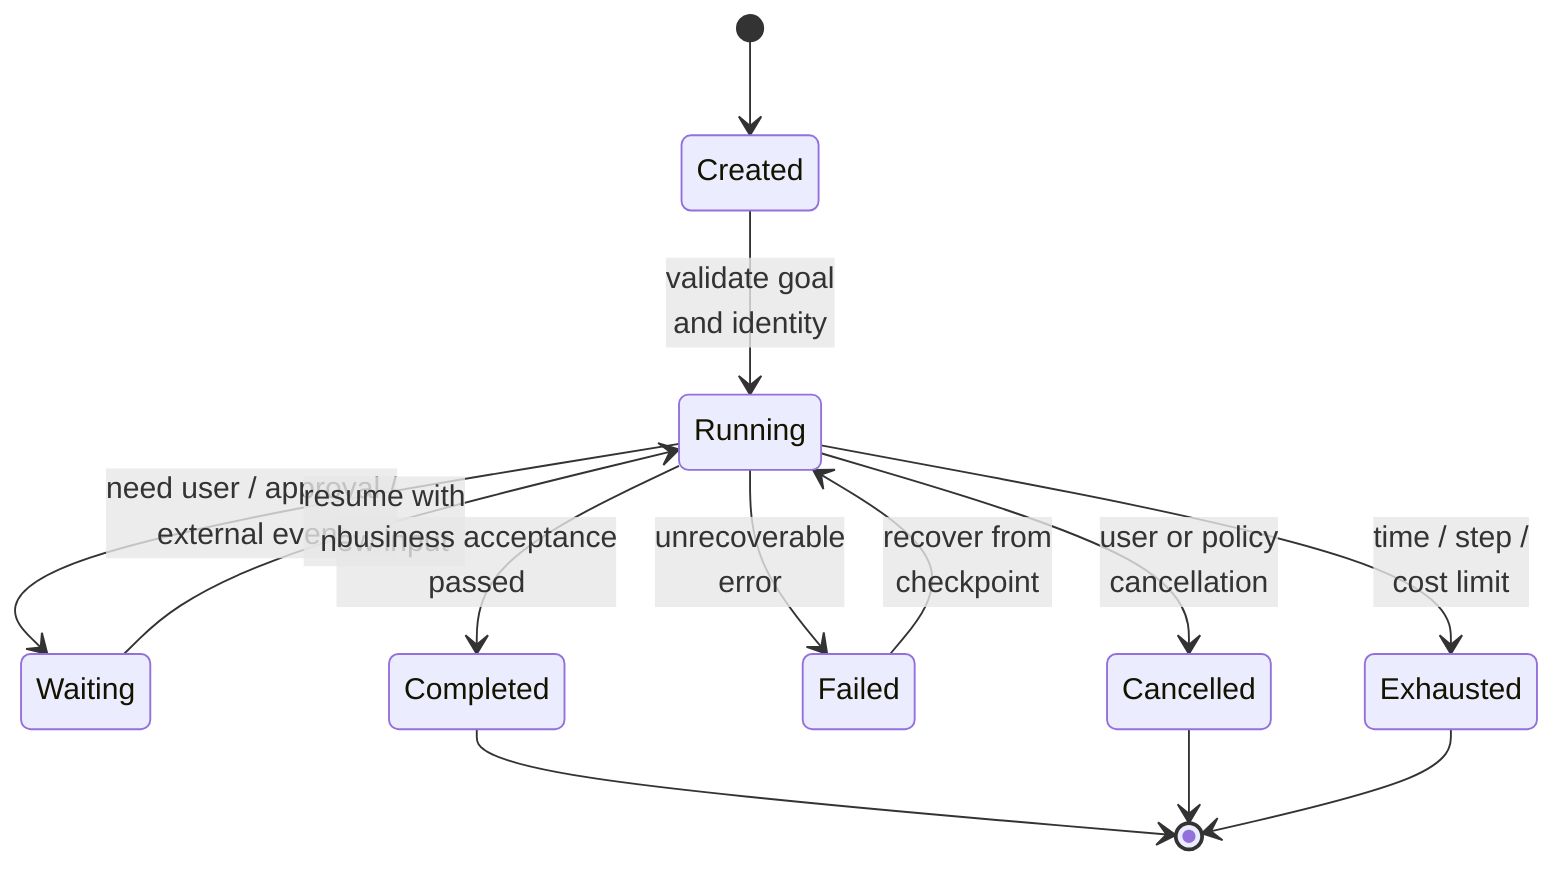
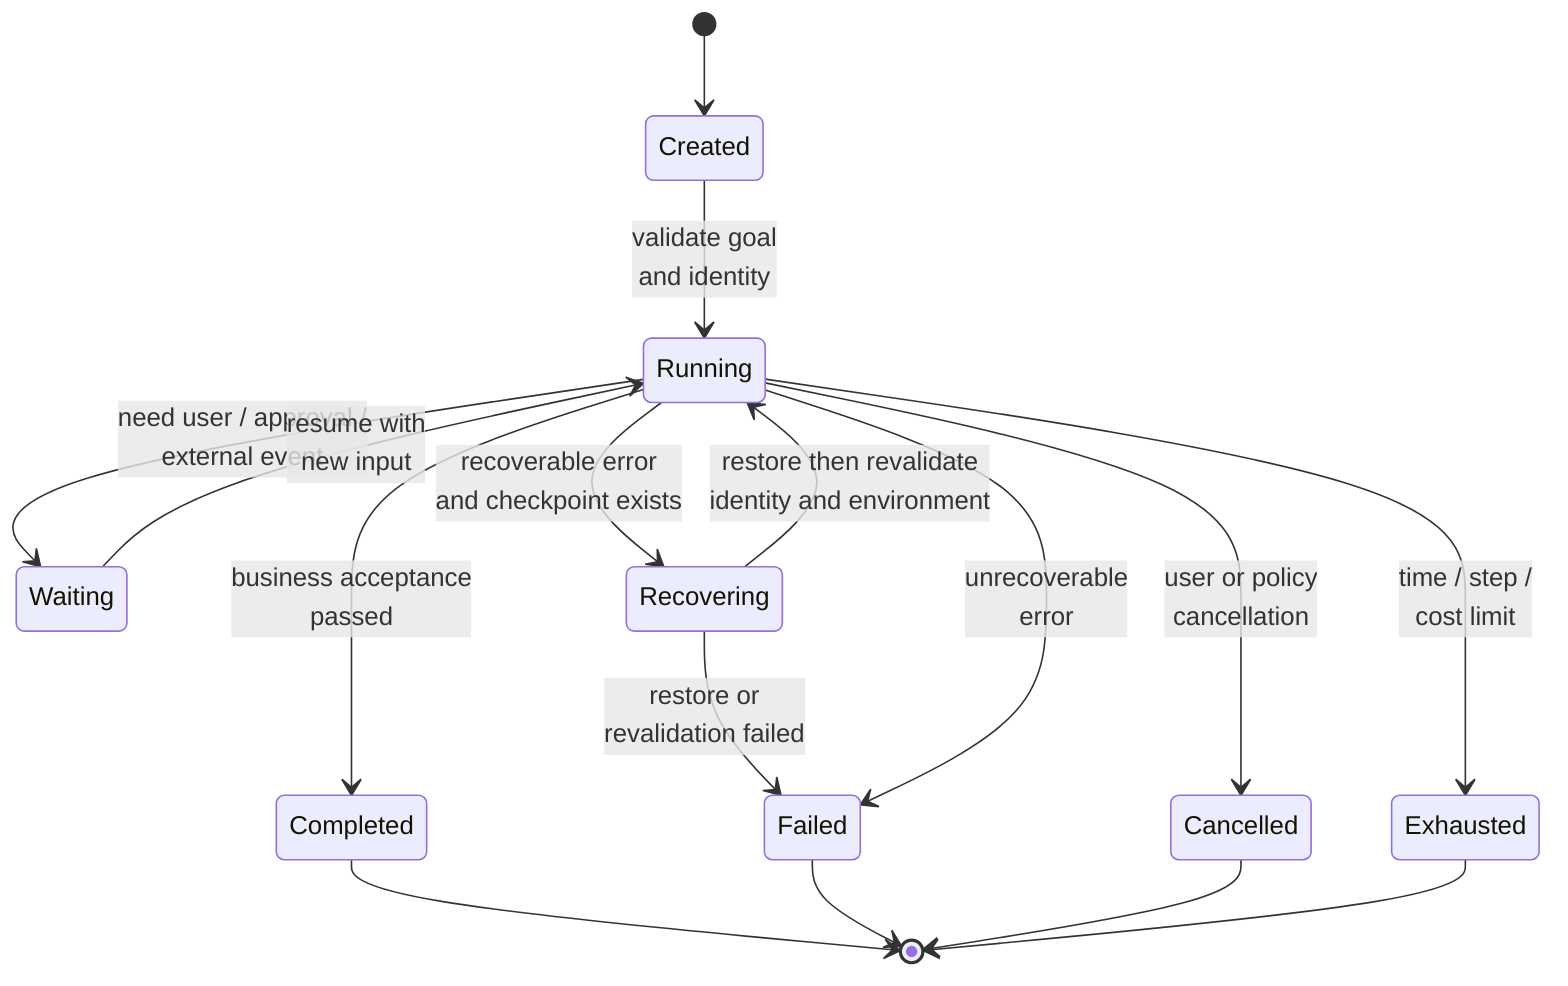
stateDiagram-v2
    [*] --> Created
    Created --> Running: validate goal<br/>and identity
    Running --> Waiting: need user / approval /<br/>external event
    Waiting --> Running: resume with<br/>new input
    Running --> Completed: business acceptance<br/>passed
+     Running --> Recovering: recoverable error<br/>and checkpoint exists
+     Recovering --> Running: restore then revalidate<br/>identity and environment
+     Recovering --> Failed: restore or<br/>revalidation failed
    Running --> Failed: unrecoverable<br/>error
    Running --> Cancelled: user or policy<br/>cancellation
    Running --> Exhausted: time / step /<br/>cost limit
-     Failed --> Running: recover from<br/>checkpoint
    Completed --> [*]
+     Failed --> [*]
    Cancelled --> [*]
    Exhausted --> [*]
